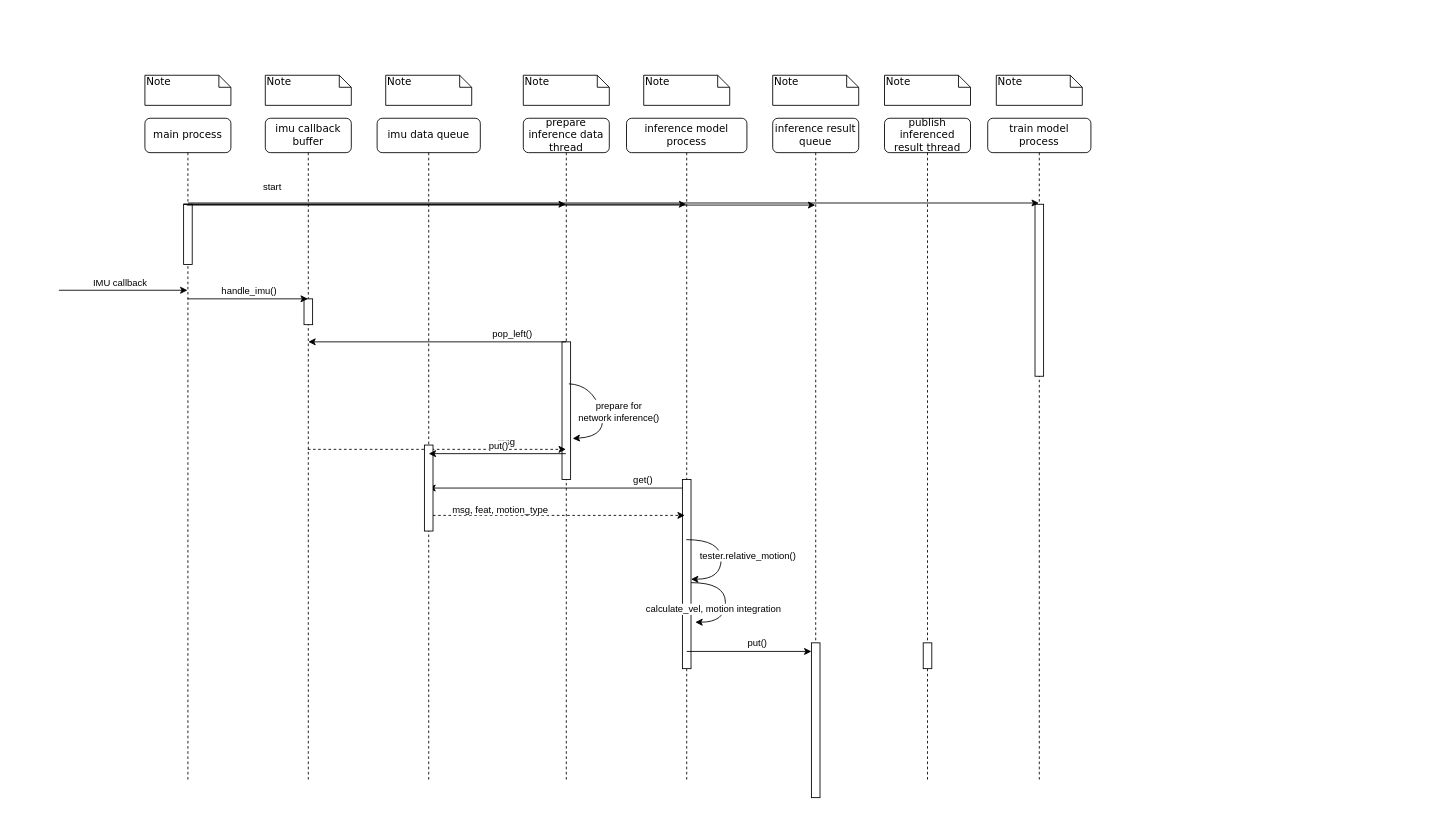
Above: IMU_online.drawio in infinity1096/CV-network-fulltrace (draw.io), before the change. Source tidied: cells renumbered, new cells numbered last; positions are measured from the earlier drawing's top-left corner, leaving out a move shared by most shapes. Both pictures are drawn from the tidied source at 86%, with x=0, y=0 at pixel (58, 75).
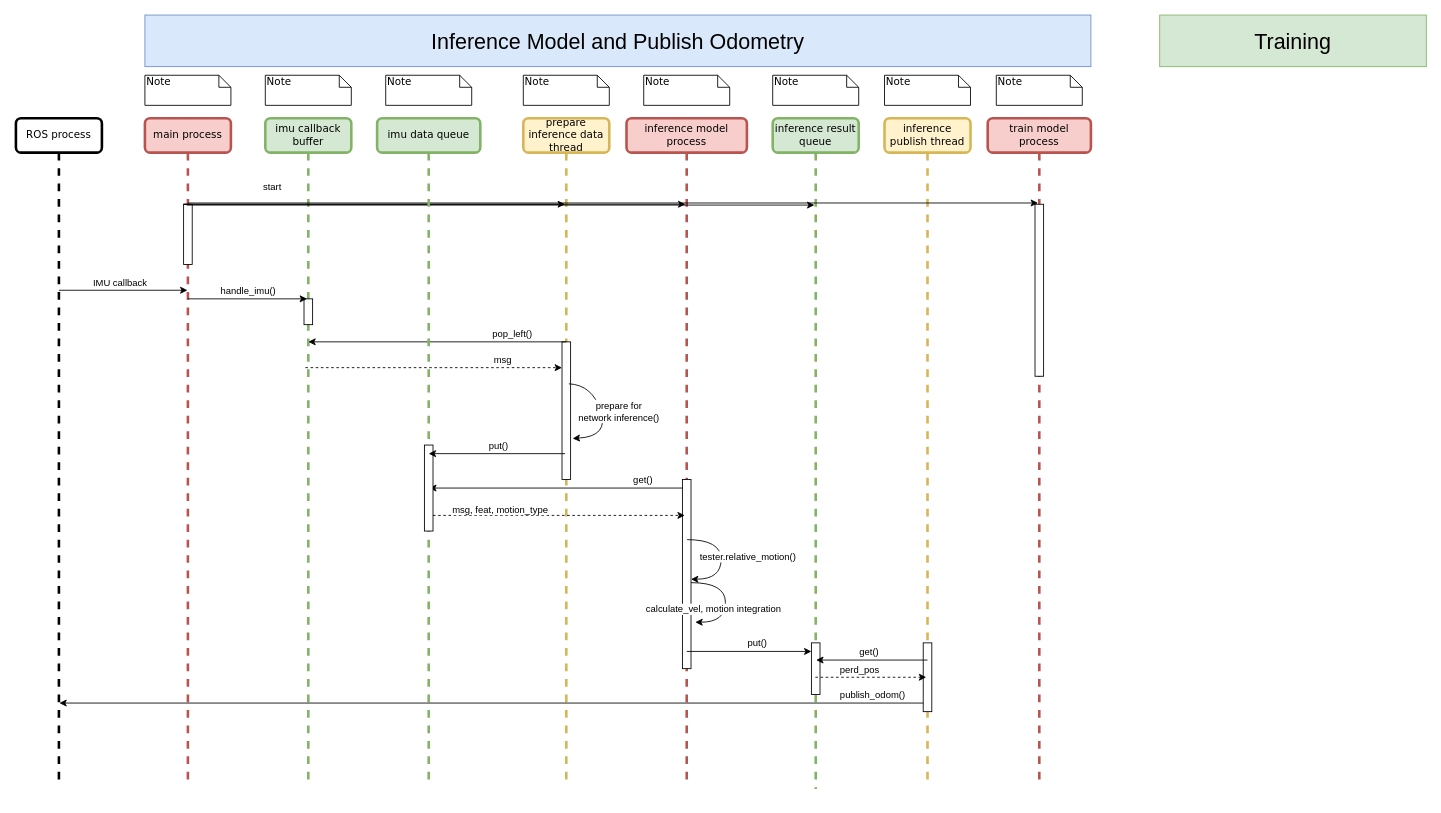
Above is the later version.

What changed in the source:
```diff
@@
-    <mxCell id="2" value="inference model process" style="shape=umlLifeline;perimeter=lifelinePerimeter;whiteSpace=wrap;html=1;outlineConnect=0;rounded=1;shadow=0;comic=0;labelBackgroundColor=none;strokeWidth=1;fontFamily=Verdana;fontSize=12;align=center;" parent="1" vertex="1">
+    <mxCell id="2" value="inference model process" style="shape=umlLifeline;perimeter=lifelinePerimeter;whiteSpace=wrap;html=1;outlineConnect=0;rounded=1;shadow=0;comic=0;labelBackgroundColor=none;strokeWidth=3;fontFamily=Verdana;fontSize=12;align=center;fillColor=#f8cecc;strokeColor=#b85450;" parent="1" vertex="1">
       <mxGeometry x="660" y="50" width="140" height="770" as="geometry" />
     </mxCell>
@@
-    <mxCell id="10" value="train model process" style="shape=umlLifeline;perimeter=lifelinePerimeter;whiteSpace=wrap;html=1;outlineConnect=0;rounded=1;shadow=0;comic=0;labelBackgroundColor=none;strokeWidth=1;fontFamily=Verdana;fontSize=12;align=center;" parent="1" vertex="1">
+    <mxCell id="10" value="train model process" style="shape=umlLifeline;perimeter=lifelinePerimeter;whiteSpace=wrap;html=1;outlineConnect=0;rounded=1;shadow=0;comic=0;labelBackgroundColor=none;strokeWidth=3;fontFamily=Verdana;fontSize=12;align=center;fillColor=#f8cecc;strokeColor=#b85450;" parent="1" vertex="1">
       <mxGeometry x="1080" y="50" width="120" height="770" as="geometry" />
     </mxCell>
@@
-    <mxCell id="12" value="prepare inference data thread" style="shape=umlLifeline;perimeter=lifelinePerimeter;whiteSpace=wrap;html=1;outlineConnect=0;rounded=1;shadow=0;comic=0;labelBackgroundColor=none;strokeWidth=1;fontFamily=Verdana;fontSize=12;align=center;" parent="1" vertex="1">
+    <mxCell id="12" value="prepare inference data thread" style="shape=umlLifeline;perimeter=lifelinePerimeter;whiteSpace=wrap;html=1;outlineConnect=0;rounded=1;shadow=0;comic=0;labelBackgroundColor=none;strokeWidth=3;fontFamily=Verdana;fontSize=12;align=center;fillColor=#fff2cc;strokeColor=#d6b656;" parent="1" vertex="1">
       <mxGeometry x="540" y="50" width="100" height="770" as="geometry" />
     </mxCell>
@@
+    <mxCell id="42" style="endArrow=classic;html=1;rounded=0;dashed=1;" parent="12" edge="1">
+      <mxGeometry relative="1" as="geometry">
+        <mxPoint x="-253.4" y="290" as="sourcePoint" />
+        <mxPoint x="45" y="290" as="targetPoint" />
+      </mxGeometry>
+    </mxCell>
+    <mxCell id="43" value="msg" style="edgeLabel;html=1;align=center;verticalAlign=middle;" parent="42" vertex="1">
+      <mxGeometry x="-0.34" y="-1" relative="1" as="geometry">
+        <mxPoint x="131" y="-11" as="offset" />
+      </mxGeometry>
+    </mxCell>
-    <mxCell id="16" value="inference result queue" style="shape=umlLifeline;perimeter=lifelinePerimeter;whiteSpace=wrap;html=1;outlineConnect=0;rounded=1;shadow=0;comic=0;labelBackgroundColor=none;strokeWidth=1;fontFamily=Verdana;fontSize=12;align=center;" parent="1" vertex="1">
+    <mxCell id="16" value="inference result queue" style="shape=umlLifeline;perimeter=lifelinePerimeter;whiteSpace=wrap;html=1;outlineConnect=0;rounded=1;shadow=0;comic=0;labelBackgroundColor=none;strokeWidth=3;fontFamily=Verdana;fontSize=12;align=center;fillColor=#d5e8d4;strokeColor=#82b366;" parent="1" vertex="1">
       <mxGeometry x="830" y="50" width="100" height="780" as="geometry" />
     </mxCell>
     <mxCell id="17" style="html=1;points=[];perimeter=orthogonalPerimeter;rounded=0;shadow=0;comic=0;labelBackgroundColor=none;strokeWidth=1;fontFamily=Verdana;fontSize=12;align=center;" parent="16" vertex="1">
-      <mxGeometry x="45" y="610" width="10" height="180" as="geometry" />
+      <mxGeometry x="45" y="610" width="10" height="60" as="geometry" />
     </mxCell>
-    <mxCell id="18" value="imu callback buffer" style="shape=umlLifeline;perimeter=lifelinePerimeter;whiteSpace=wrap;html=1;outlineConnect=0;rounded=1;shadow=0;comic=0;labelBackgroundColor=none;strokeWidth=1;fontFamily=Verdana;fontSize=12;align=center;" parent="1" vertex="1">
+    <mxCell id="18" value="imu callback buffer" style="shape=umlLifeline;perimeter=lifelinePerimeter;whiteSpace=wrap;html=1;outlineConnect=0;rounded=1;shadow=0;comic=0;labelBackgroundColor=none;strokeWidth=3;fontFamily=Verdana;fontSize=12;align=center;fillColor=#d5e8d4;strokeColor=#82b366;" parent="1" vertex="1">
       <mxGeometry x="240" y="50" width="100" height="770" as="geometry" />
     </mxCell>
@@
-    <mxCell id="20" value="publish inferenced result thread" style="shape=umlLifeline;perimeter=lifelinePerimeter;whiteSpace=wrap;html=1;outlineConnect=0;rounded=1;shadow=0;comic=0;labelBackgroundColor=none;strokeWidth=1;fontFamily=Verdana;fontSize=12;align=center;" parent="1" vertex="1">
+    <mxCell id="20" value="inference publish thread" style="shape=umlLifeline;perimeter=lifelinePerimeter;whiteSpace=wrap;html=1;outlineConnect=0;rounded=1;shadow=0;comic=0;labelBackgroundColor=none;strokeWidth=3;fontFamily=Verdana;fontSize=12;align=center;fillColor=#fff2cc;strokeColor=#d6b656;" parent="1" vertex="1">
       <mxGeometry x="960" y="50" width="100" height="770" as="geometry" />
     </mxCell>
     <mxCell id="21" style="html=1;points=[];perimeter=orthogonalPerimeter;rounded=0;shadow=0;comic=0;labelBackgroundColor=none;strokeColor=#000000;strokeWidth=1;fillColor=#FFFFFF;fontFamily=Verdana;fontSize=12;fontColor=#000000;align=center;" parent="20" vertex="1">
-      <mxGeometry x="45" y="610" width="10" height="30" as="geometry" />
+      <mxGeometry x="45" y="610" width="10" height="80" as="geometry" />
     </mxCell>
+    <mxCell id="53" style="endArrow=classic;html=1;rounded=0;" parent="20" edge="1" target="16">
+      <mxGeometry relative="1" as="geometry">
+        <mxPoint x="50" y="630" as="sourcePoint" />
+      </mxGeometry>
+    </mxCell>
+    <mxCell id="54" value="get()" style="edgeLabel;html=1;align=center;verticalAlign=middle;" parent="53" vertex="1">
+      <mxGeometry x="0.25" y="-3" relative="1" as="geometry">
+        <mxPoint x="12" y="-7" as="offset" />
+      </mxGeometry>
+    </mxCell>
-    <mxCell id="22" value="main process" style="shape=umlLifeline;perimeter=lifelinePerimeter;whiteSpace=wrap;html=1;rounded=1;shadow=0;comic=0;labelBackgroundColor=none;strokeWidth=1;fontFamily=Verdana;fontSize=12;align=center;" parent="1" vertex="1">
+    <mxCell id="22" value="main process" style="shape=umlLifeline;perimeter=lifelinePerimeter;whiteSpace=wrap;html=1;rounded=1;shadow=0;comic=0;labelBackgroundColor=none;strokeWidth=3;fontFamily=Verdana;fontSize=12;align=center;fillColor=#f8cecc;strokeColor=#b85450;" parent="1" vertex="1">
       <mxGeometry x="100" y="50" width="100" height="770" as="geometry" />
     </mxCell>
@@
-    <mxCell id="42" style="endArrow=classic;html=1;rounded=0;dashed=1;" parent="1" edge="1" source="18" target="12">
-      <mxGeometry relative="1" as="geometry" />
-    </mxCell>
-    <mxCell id="43" value="msg" style="edgeLabel;html=1;align=center;verticalAlign=middle;" parent="42" vertex="1">
-      <mxGeometry x="-0.34" y="-1" relative="1" as="geometry">
-        <mxPoint x="131" y="-11" as="offset" />
-      </mxGeometry>
-    </mxCell>
-    <mxCell id="44" value="imu data queue" style="shape=umlLifeline;perimeter=lifelinePerimeter;whiteSpace=wrap;html=1;outlineConnect=0;rounded=1;shadow=0;comic=0;labelBackgroundColor=none;strokeWidth=1;fontFamily=Verdana;fontSize=12;align=center;" parent="1" vertex="1">
+    <mxCell id="44" value="imu data queue" style="shape=umlLifeline;perimeter=lifelinePerimeter;whiteSpace=wrap;html=1;outlineConnect=0;rounded=1;shadow=0;comic=0;labelBackgroundColor=none;strokeWidth=3;fontFamily=Verdana;fontSize=12;align=center;fillColor=#d5e8d4;strokeColor=#82b366;" parent="1" vertex="1">
       <mxGeometry x="370" y="50" width="120" height="770" as="geometry" />
     </mxCell>
@@
+    <mxCell id="55" style="endArrow=classic;html=1;rounded=0;dashed=1;" parent="1" edge="1" target="20">
+      <mxGeometry relative="1" as="geometry">
+        <mxPoint x="879.6" y="700" as="sourcePoint" />
+      </mxGeometry>
+    </mxCell>
+    <mxCell id="56" value="perd_pos" style="edgeLabel;html=1;align=center;verticalAlign=middle;" parent="55" vertex="1">
+      <mxGeometry x="0.16" y="-2" relative="1" as="geometry">
+        <mxPoint x="-24" y="-12" as="offset" />
+      </mxGeometry>
+    </mxCell>
+    <mxCell id="57" value="ROS process" style="shape=umlLifeline;perimeter=lifelinePerimeter;whiteSpace=wrap;html=1;outlineConnect=0;rounded=1;shadow=0;comic=0;labelBackgroundColor=none;strokeWidth=3;fontFamily=Verdana;fontSize=12;align=center;" parent="1" vertex="1">
+      <mxGeometry x="-50" y="50" width="100" height="770" as="geometry" />
+    </mxCell>
+    <mxCell id="58" style="endArrow=classic;html=1;rounded=0;" parent="1" edge="1" source="21" target="57">
+      <mxGeometry relative="1" as="geometry">
+        <Array as="points">
+          <mxPoint x="960" y="730" />
+        </Array>
+      </mxGeometry>
+    </mxCell>
+    <mxCell id="59" value="publish_odom()" style="edgeLabel;html=1;align=center;verticalAlign=middle;" parent="58" vertex="1">
+      <mxGeometry x="-0.88" y="-2" relative="1" as="geometry">
+        <mxPoint y="-8" as="offset" />
+      </mxGeometry>
+    </mxCell>
+    <mxCell id="60" value="&lt;font style=&quot;font-size: 25px;&quot;&gt;Inference Model and Publish Odometry&lt;/font&gt;" style="rounded=0;whiteSpace=wrap;html=1;fillColor=#dae8fc;strokeColor=#6c8ebf;" parent="1" vertex="1">
+      <mxGeometry x="100" y="-70" width="1100" height="60" as="geometry" />
+    </mxCell>
+    <mxCell id="61" value="&lt;font style=&quot;font-size: 25px;&quot;&gt;Training&lt;/font&gt;" style="rounded=0;whiteSpace=wrap;html=1;fillColor=#d5e8d4;strokeColor=#82b366;" parent="1" vertex="1">
+      <mxGeometry x="1280" y="-70" width="310" height="60" as="geometry" />
+    </mxCell>
```
